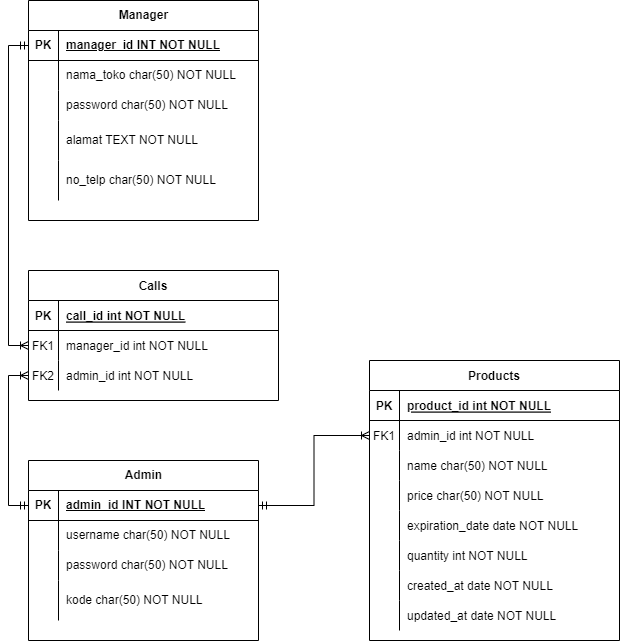
Raygama/tes keeps this draw.io diagram as Skema Relasi.drawio.png. Above is the earlier version. Source tidied: cells renumbered, new cells last; positions are measured from the earlier drawing's top-left corner, leaving out a move shared by most shapes.
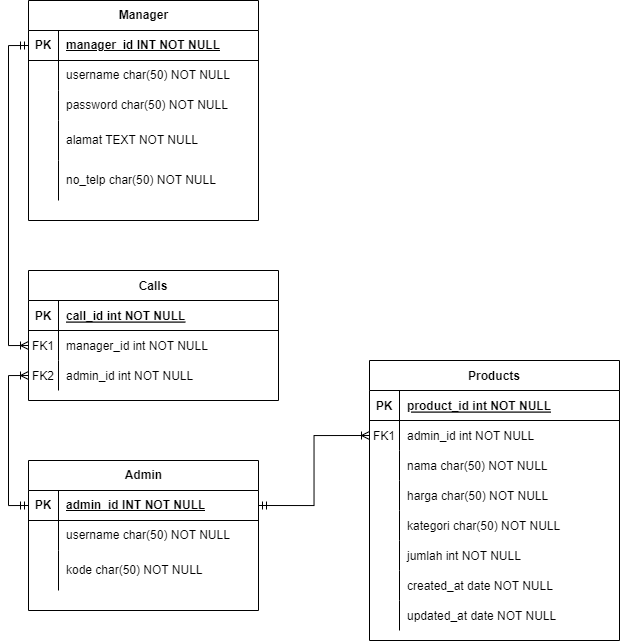
After the commit.

Diff of the diagram source:
```diff
@@ -29,7 +29,7 @@
     <mxCell id="10" style="shape=partialRectangle;overflow=hidden;fillColor=none;top=0;left=0;bottom=0;right=0;" parent="9" vertex="1">
       <mxGeometry width="30" height="30" as="geometry" />
     </mxCell>
-    <mxCell id="11" value="name char(50) NOT NULL" style="shape=partialRectangle;overflow=hidden;fillColor=none;top=0;left=0;bottom=0;right=0;align=left;spacingLeft=6;" parent="9" vertex="1">
+    <mxCell id="11" value="nama char(50) NOT NULL" style="shape=partialRectangle;overflow=hidden;fillColor=none;top=0;left=0;bottom=0;right=0;align=left;spacingLeft=6;" parent="9" vertex="1">
       <mxGeometry x="30" width="220" height="30" as="geometry" />
     </mxCell>
     <mxCell id="12" style="shape=partialRectangle;fillColor=none;top=0;left=0;right=0;bottom=0;" parent="2" vertex="1">
@@ -38,7 +38,7 @@
     <mxCell id="13" style="shape=partialRectangle;overflow=hidden;fillColor=none;top=0;left=0;bottom=0;right=0;" parent="12" vertex="1">
       <mxGeometry width="30" height="30" as="geometry" />
     </mxCell>
-    <mxCell id="14" value="price char(50) NOT NULL" style="shape=partialRectangle;overflow=hidden;fillColor=none;top=0;left=0;bottom=0;right=0;align=left;spacingLeft=6;" parent="12" vertex="1">
+    <mxCell id="14" value="harga char(50) NOT NULL" style="shape=partialRectangle;overflow=hidden;fillColor=none;top=0;left=0;bottom=0;right=0;align=left;spacingLeft=6;" parent="12" vertex="1">
       <mxGeometry x="30" width="220" height="30" as="geometry" />
     </mxCell>
     <mxCell id="15" style="shape=partialRectangle;fillColor=none;top=0;left=0;right=0;bottom=0;" parent="2" vertex="1">
@@ -47,16 +47,16 @@
     <mxCell id="16" style="shape=partialRectangle;overflow=hidden;fillColor=none;top=0;left=0;bottom=0;right=0;" parent="15" vertex="1">
       <mxGeometry width="30" height="30" as="geometry" />
     </mxCell>
-    <mxCell id="17" value="expiration_date date NOT NULL" style="shape=partialRectangle;overflow=hidden;fillColor=none;top=0;left=0;bottom=0;right=0;align=left;spacingLeft=6;" parent="15" vertex="1">
-      <mxGeometry x="30" width="220" height="30" as="geometry" />
-    </mxCell>
+    <mxCell id="69" value="kategori char(50) NOT NULL" style="shape=partialRectangle;overflow=hidden;fillColor=none;top=0;left=0;bottom=0;right=0;align=left;spacingLeft=6;" parent="15" vertex="1">
+      <mxGeometry x="30" width="220" height="30" as="geometry" />
+    </mxCell>
     <mxCell id="18" style="shape=partialRectangle;fillColor=none;top=0;left=0;right=0;bottom=0;" parent="2" vertex="1">
       <mxGeometry y="180" width="250" height="30" as="geometry" />
     </mxCell>
     <mxCell id="19" style="shape=partialRectangle;overflow=hidden;fillColor=none;top=0;left=0;bottom=0;right=0;" parent="18" vertex="1">
       <mxGeometry width="30" height="30" as="geometry" />
     </mxCell>
-    <mxCell id="20" value="quantity int NOT NULL" style="shape=partialRectangle;overflow=hidden;fillColor=none;top=0;left=0;bottom=0;right=0;align=left;spacingLeft=6;" parent="18" vertex="1">
+    <mxCell id="20" value="jumlah int NOT NULL" style="shape=partialRectangle;overflow=hidden;fillColor=none;top=0;left=0;bottom=0;right=0;align=left;spacingLeft=6;" parent="18" vertex="1">
       <mxGeometry x="30" width="220" height="30" as="geometry" />
     </mxCell>
     <mxCell id="21" style="shape=partialRectangle;fillColor=none;top=0;left=0;right=0;bottom=0;" parent="2" vertex="1">
@@ -95,7 +95,7 @@
     <mxCell id="32" style="shape=partialRectangle;fillColor=none;top=0;left=0;bottom=0;right=0;overflow=hidden;whiteSpace=wrap;html=1;" parent="31" vertex="1">
       <mxGeometry width="30" height="30" as="geometry" />
     </mxCell>
-    <mxCell id="33" value="nama_toko char(50) NOT NULL" style="shape=partialRectangle;fillColor=none;top=0;left=0;bottom=0;right=0;align=left;spacingLeft=6;overflow=hidden;whiteSpace=wrap;html=1;" parent="31" vertex="1">
+    <mxCell id="33" value="username char(50) NOT NULL" style="shape=partialRectangle;fillColor=none;top=0;left=0;bottom=0;right=0;align=left;spacingLeft=6;overflow=hidden;whiteSpace=wrap;html=1;" parent="31" vertex="1">
       <mxGeometry x="30" width="200" height="30" as="geometry" />
     </mxCell>
     <mxCell id="34" style="shape=tableRow;horizontal=0;startSize=0;swimlaneHead=0;swimlaneBody=0;fillColor=none;top=0;left=0;right=0;bottom=0;" parent="27" vertex="1">
@@ -156,7 +156,7 @@
       <mxGeometry x="30" width="220" height="30" as="geometry" />
     </mxCell>
     <mxCell id="53" value="Admin" style="shape=table;startSize=30;rowLines=0;fontStyle=1;align=center;html=1;" parent="1" vertex="1">
-      <mxGeometry y="460" width="230" height="180" as="geometry" />
+      <mxGeometry y="460" width="230" height="150" as="geometry" />
     </mxCell>
     <mxCell id="54" style="shape=tableRow;horizontal=0;startSize=0;swimlaneHead=0;swimlaneBody=0;fillColor=none;points=[[0,0.5],[1,0.5]];portConstraint=eastwest;top=0;left=0;right=0;bottom=1;" parent="53" vertex="1">
       <mxGeometry y="30" width="230" height="30" as="geometry" />
@@ -176,17 +176,8 @@
     <mxCell id="59" value="username char(50) NOT NULL" style="shape=partialRectangle;fillColor=none;top=0;left=0;bottom=0;right=0;align=left;spacingLeft=6;overflow=hidden;whiteSpace=wrap;html=1;" parent="57" vertex="1">
       <mxGeometry x="30" width="200" height="30" as="geometry" />
     </mxCell>
-    <mxCell id="60" style="shape=tableRow;horizontal=0;startSize=0;swimlaneHead=0;swimlaneBody=0;fillColor=none;top=0;left=0;right=0;bottom=0;" parent="53" vertex="1">
-      <mxGeometry y="90" width="230" height="30" as="geometry" />
-    </mxCell>
-    <mxCell id="61" style="shape=partialRectangle;fillColor=none;top=0;left=0;bottom=0;right=0;overflow=hidden;whiteSpace=wrap;html=1;" parent="60" vertex="1">
-      <mxGeometry width="30" height="30" as="geometry" />
-    </mxCell>
-    <mxCell id="62" value="password char(50) NOT NULL" style="shape=partialRectangle;fillColor=none;top=0;left=0;bottom=0;right=0;align=left;spacingLeft=6;overflow=hidden;whiteSpace=wrap;html=1;" parent="60" vertex="1">
-      <mxGeometry x="30" width="200" height="30" as="geometry" />
-    </mxCell>
     <mxCell id="63" style="shape=tableRow;horizontal=0;startSize=0;swimlaneHead=0;swimlaneBody=0;fillColor=none;top=0;left=0;right=0;bottom=0;" parent="53" vertex="1">
-      <mxGeometry y="120" width="230" height="40" as="geometry" />
+      <mxGeometry y="90" width="230" height="40" as="geometry" />
     </mxCell>
     <mxCell id="64" style="shape=partialRectangle;fillColor=none;top=0;left=0;bottom=0;right=0;overflow=hidden;whiteSpace=wrap;html=1;" parent="63" vertex="1">
       <mxGeometry width="30" height="40" as="geometry" />
```
